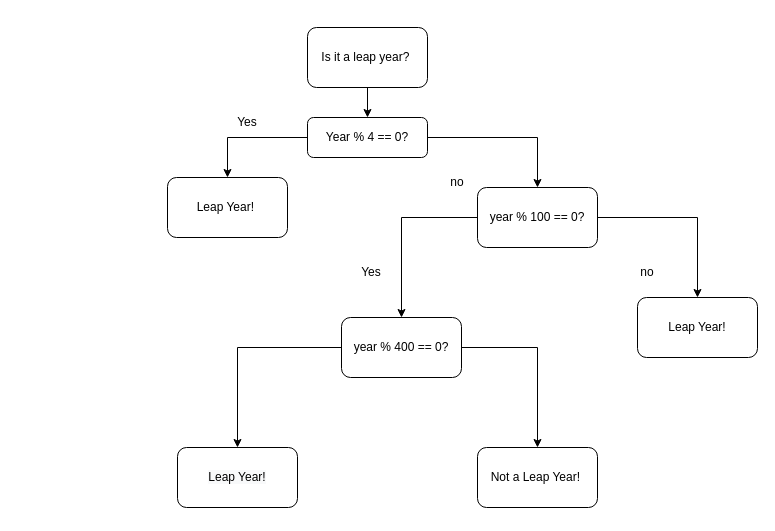
The draw.io diagram Untitled Diagram.drawio in AstroMoonkey/leap, before the edit. Source tidied: cells renumbered, new cells numbered last; positions are measured from the earlier drawing's top-left corner, leaving out a move shared by most shapes. Both pictures are drawn from the tidied source at 100%, with x=0, y=0 at pixel (167, 27).
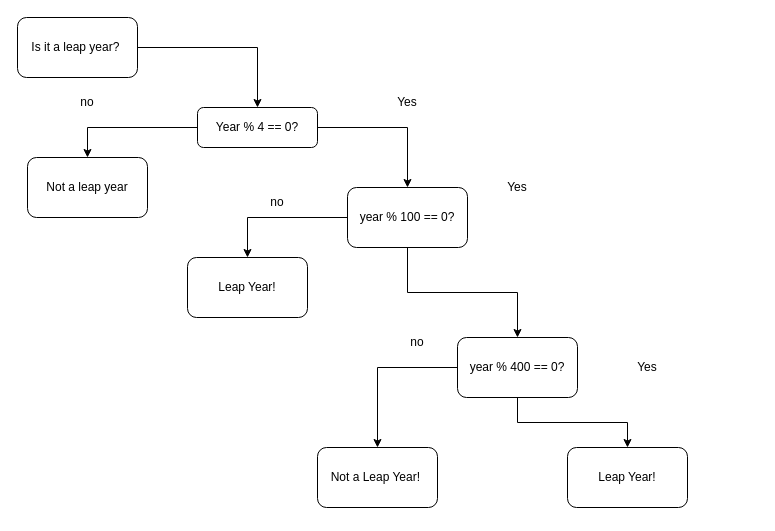
The same page after the edit.

Commit message:
leap year diagram

Change to the diagram source:
```diff
@@
     <mxCell id="4" value="Year % 4 == 0?" style="rounded=1;whiteSpace=wrap;html=1;fontSize=12;glass=0;strokeWidth=1;shadow=0;" parent="1" vertex="1">
-      <mxGeometry x="140" y="90" width="120" height="40" as="geometry" />
+      <mxGeometry x="30" y="80" width="120" height="40" as="geometry" />
     </mxCell>
-    <mxCell id="5" value="Leap Year!&amp;nbsp;" style="whiteSpace=wrap;html=1;rounded=1;glass=0;strokeWidth=1;shadow=0;" parent="1" vertex="1">
-      <mxGeometry y="150" width="120" height="60" as="geometry" />
+    <mxCell id="5" value="Not a leap year" style="whiteSpace=wrap;html=1;rounded=1;glass=0;strokeWidth=1;shadow=0;" parent="1" vertex="1">
+      <mxGeometry x="-140" y="130" width="120" height="60" as="geometry" />
     </mxCell>
@@
     <mxCell id="7" value="Is it a leap year?&amp;nbsp;" style="whiteSpace=wrap;html=1;rounded=1;glass=0;strokeWidth=1;shadow=0;" parent="1" vertex="1">
-      <mxGeometry x="140" width="120" height="60" as="geometry" />
+      <mxGeometry x="-150" y="-10" width="120" height="60" as="geometry" />
     </mxCell>
     <mxCell id="8" value="Yes" style="text;html=1;strokeColor=none;fillColor=none;align=center;verticalAlign=middle;whiteSpace=wrap;rounded=0;" parent="1" vertex="1">
-      <mxGeometry x="50" y="80" width="60" height="30" as="geometry" />
+      <mxGeometry x="210" y="60" width="60" height="30" as="geometry" />
     </mxCell>
@@
     <mxCell id="11" value="year % 100 == 0?" style="whiteSpace=wrap;html=1;rounded=1;glass=0;strokeWidth=1;shadow=0;" parent="1" vertex="1">
-      <mxGeometry x="310" y="160" width="120" height="60" as="geometry" />
+      <mxGeometry x="180" y="160" width="120" height="60" as="geometry" />
     </mxCell>
     <mxCell id="12" value="no" style="text;html=1;strokeColor=none;fillColor=none;align=center;verticalAlign=middle;whiteSpace=wrap;rounded=0;" parent="1" vertex="1">
-      <mxGeometry x="260" y="140" width="60" height="30" as="geometry" />
+      <mxGeometry x="-110" y="60" width="60" height="30" as="geometry" />
     </mxCell>
@@
     <mxCell id="15" value="&lt;span&gt;year % 400 == 0?&lt;/span&gt;" style="whiteSpace=wrap;html=1;rounded=1;glass=0;strokeWidth=1;shadow=0;" parent="1" vertex="1">
-      <mxGeometry x="174" y="290" width="120" height="60" as="geometry" />
+      <mxGeometry x="290" y="310" width="120" height="60" as="geometry" />
     </mxCell>
     <mxCell id="16" value="Yes" style="text;html=1;strokeColor=none;fillColor=none;align=center;verticalAlign=middle;whiteSpace=wrap;rounded=0;" parent="1" vertex="1">
-      <mxGeometry x="174" y="230" width="60" height="30" as="geometry" />
+      <mxGeometry x="320" y="145" width="60" height="30" as="geometry" />
     </mxCell>
     <mxCell id="17" value="no" style="text;html=1;strokeColor=none;fillColor=none;align=center;verticalAlign=middle;whiteSpace=wrap;rounded=0;" parent="1" vertex="1">
-      <mxGeometry x="450" y="230" width="60" height="30" as="geometry" />
+      <mxGeometry x="80" y="160" width="60" height="30" as="geometry" />
     </mxCell>
     <mxCell id="18" value="Leap Year!" style="whiteSpace=wrap;html=1;rounded=1;glass=0;strokeWidth=1;shadow=0;" parent="1" vertex="1">
-      <mxGeometry x="470" y="270" width="120" height="60" as="geometry" />
+      <mxGeometry x="20" y="230" width="120" height="60" as="geometry" />
     </mxCell>
-    <mxCell id="19" value="&#10;&#10;&lt;span style=&quot;color: rgb(0, 0, 0); font-family: helvetica; font-size: 12px; font-style: normal; font-weight: 400; letter-spacing: normal; text-align: center; text-indent: 0px; text-transform: none; word-spacing: 0px; background-color: rgb(248, 249, 250); display: inline; float: none;&quot;&gt;Leap Year!&lt;/span&gt;&#10;&#10;" style="whiteSpace=wrap;html=1;rounded=1;glass=0;strokeWidth=1;shadow=0;" parent="1" vertex="1">
-      <mxGeometry x="10" y="420" width="120" height="60" as="geometry" />
+    <mxCell id="19" value="&lt;span&gt;Not a Leap Year!&amp;nbsp;&lt;/span&gt;" style="whiteSpace=wrap;html=1;rounded=1;glass=0;strokeWidth=1;shadow=0;" parent="1" vertex="1">
+      <mxGeometry x="150" y="420" width="120" height="60" as="geometry" />
     </mxCell>
-    <mxCell id="20" value="Not a Leap Year!&amp;nbsp;" style="whiteSpace=wrap;html=1;rounded=1;glass=0;strokeWidth=1;shadow=0;" parent="1" vertex="1">
-      <mxGeometry x="310" y="420" width="120" height="60" as="geometry" />
+    <mxCell id="20" value="&lt;span style=&quot;font-family: &amp;#34;helvetica&amp;#34;&quot;&gt;Leap Year!&lt;/span&gt;" style="whiteSpace=wrap;html=1;rounded=1;glass=0;strokeWidth=1;shadow=0;" parent="1" vertex="1">
+      <mxGeometry x="400" y="420" width="120" height="60" as="geometry" />
     </mxCell>
+    <mxCell id="21" value="Yes" style="text;html=1;strokeColor=none;fillColor=none;align=center;verticalAlign=middle;whiteSpace=wrap;rounded=0;" parent="1" vertex="1">
+      <mxGeometry x="450" y="325" width="60" height="30" as="geometry" />
+    </mxCell>
+    <mxCell id="22" value="no" style="text;html=1;strokeColor=none;fillColor=none;align=center;verticalAlign=middle;whiteSpace=wrap;rounded=0;" parent="1" vertex="1">
+      <mxGeometry x="220" y="300" width="60" height="30" as="geometry" />
+    </mxCell>
```
